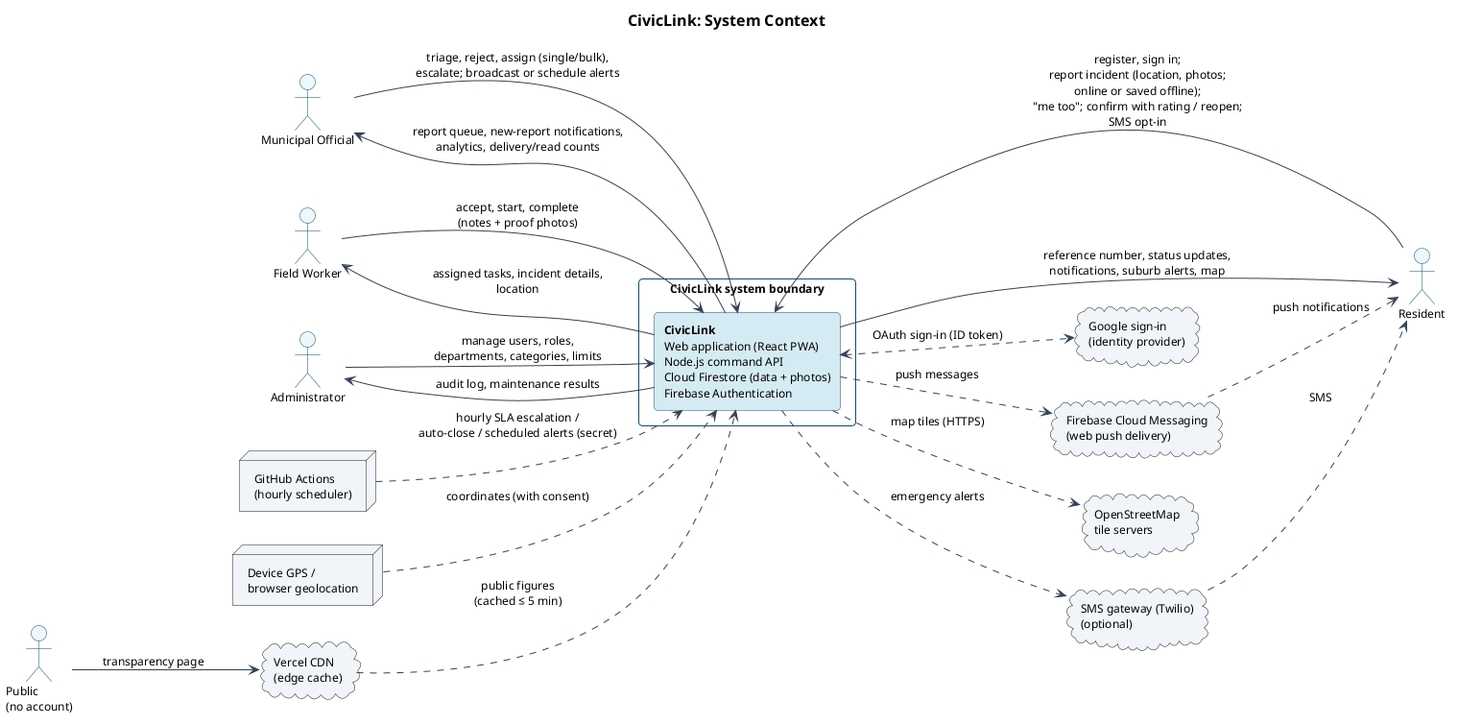
Earlier version of the PlantUML export docs/diagrams/context.png (altechemist/civiclink).
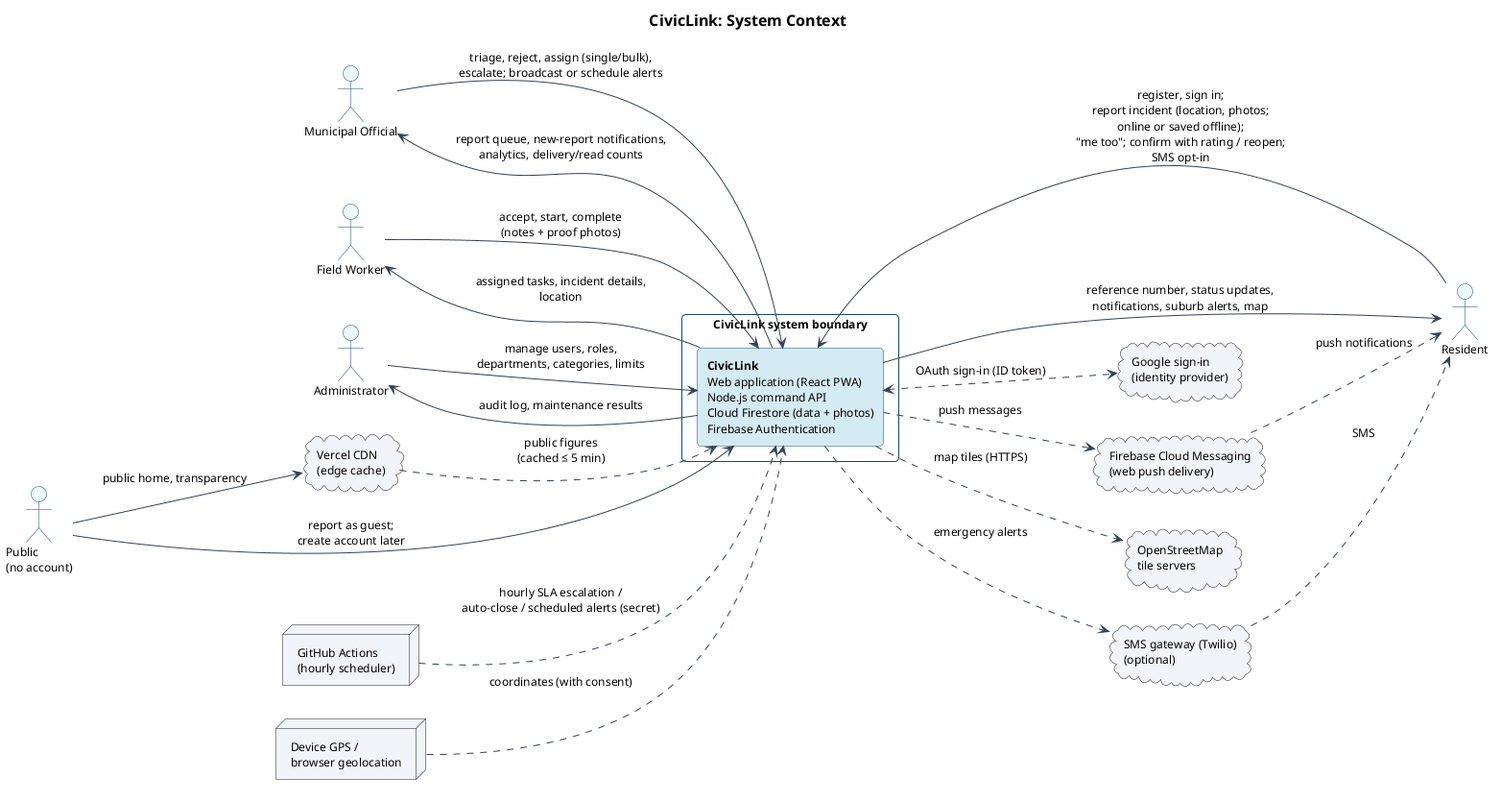
The same diagram one commit later.

The edit, as a diff of the source:
```diff
@@ -37,6 +37,7 @@
 GPS ..> C : coordinates (with consent)
 C ..> SMS : emergency alerts
 SMS ..> R : SMS
-P --> CDN : transparency page
+P --> CDN : public home, transparency
+P --> C : report as guest;\ncreate account later
 CDN ..> C : public figures\n(cached ≤ 5 min)
 @enduml
```
